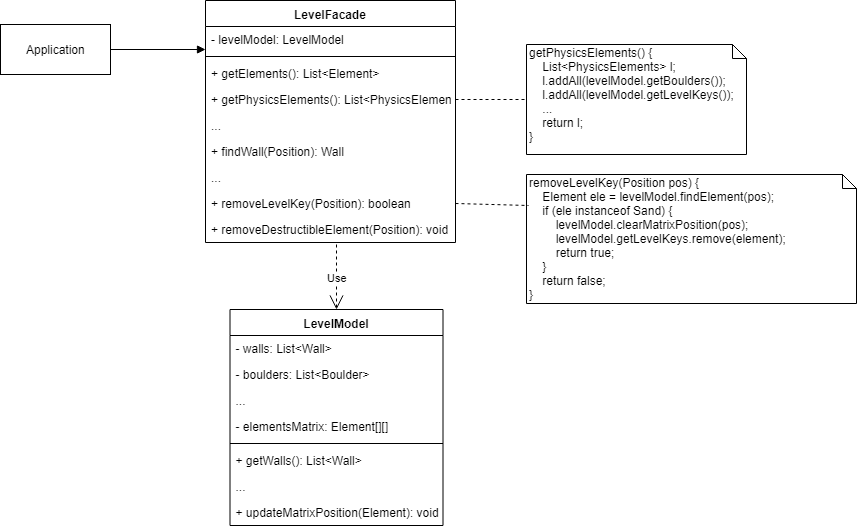
GambuzX/Ascii-Raider keeps this draw.io diagram as docs/Images/LevelFacade.png. Above is the earlier version. Source tidied: cells renumbered, new cells last; positions are measured from the earlier drawing's top-left corner, leaving out a move shared by most shapes.
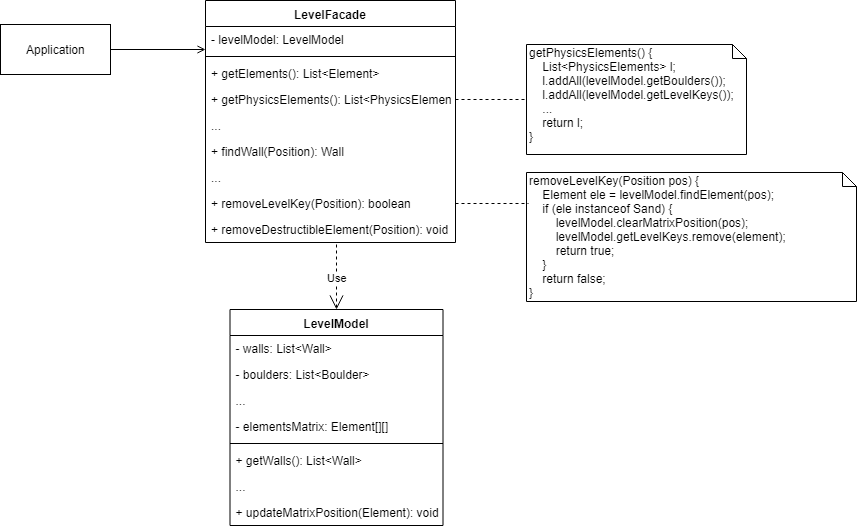
After the change.

What changed in the source:
```diff
@@ -5,7 +5,7 @@
     <mxCell id="2" value="Application&lt;br&gt;" style="html=1;" parent="1" vertex="1">
       <mxGeometry y="24" width="110" height="50" as="geometry" />
     </mxCell>
-    <mxCell id="3" style="endArrow=block;endFill=1;html=1;edgeStyle=orthogonalEdgeStyle;align=left;verticalAlign=top;exitX=1;exitY=0.5;exitDx=0;exitDy=0;entryX=0;entryY=0.885;entryDx=0;entryDy=0;entryPerimeter=0;" parent="1" edge="1" source="2" target="5">
+    <mxCell id="3" style="endArrow=open;endFill=0;html=1;edgeStyle=orthogonalEdgeStyle;align=left;verticalAlign=top;exitX=1;exitY=0.5;exitDx=0;exitDy=0;entryX=0;entryY=0.885;entryDx=0;entryDy=0;entryPerimeter=0;" parent="1" edge="1" source="2" target="5">
       <mxGeometry x="-1" relative="1" as="geometry" />
     </mxCell>
     <mxCell id="4" value="LevelFacade&#10;" style="swimlane;fontStyle=1;align=center;verticalAlign=top;horizontal=1;startSize=26;" parent="1" vertex="1">
@@ -75,7 +75,7 @@
       <mxGeometry relative="1" as="geometry" />
     </mxCell>
     <mxCell id="26" value="removeLevelKey(Position pos) {&lt;br&gt;&amp;nbsp; &amp;nbsp; Element ele = levelModel.findElement(pos);&lt;br&gt;&amp;nbsp; &amp;nbsp; if (ele instanceof Sand) {&lt;br&gt;&amp;nbsp; &amp;nbsp; &amp;nbsp; &amp;nbsp; levelModel.clearMatrixPosition(pos);&lt;br&gt;&amp;nbsp; &amp;nbsp; &amp;nbsp; &amp;nbsp; levelModel.getLevelKeys.remove(element);&lt;br&gt;&amp;nbsp; &amp;nbsp; &amp;nbsp; &amp;nbsp; return true;&lt;br&gt;&amp;nbsp; &amp;nbsp; }&lt;br&gt;&amp;nbsp; &amp;nbsp; return false;&lt;br&gt;}&lt;br&gt;" style="shape=note;whiteSpace=wrap;html=1;size=14;verticalAlign=top;align=left;spacingTop=-6;" parent="1" vertex="1">
-      <mxGeometry x="526" y="174" width="330" height="129" as="geometry" />
+      <mxGeometry x="526" y="172" width="330" height="129" as="geometry" />
     </mxCell>
     <mxCell id="27" style="endArrow=none;dashed=1;endFill=0;html=1;strokeColor=#000000;entryX=0.005;entryY=0.241;entryDx=0;entryDy=0;entryPerimeter=0;exitX=1;exitY=0.5;exitDx=0;exitDy=0;" parent="1" edge="1" source="12" target="26">
       <mxGeometry relative="1" as="geometry" />
```
